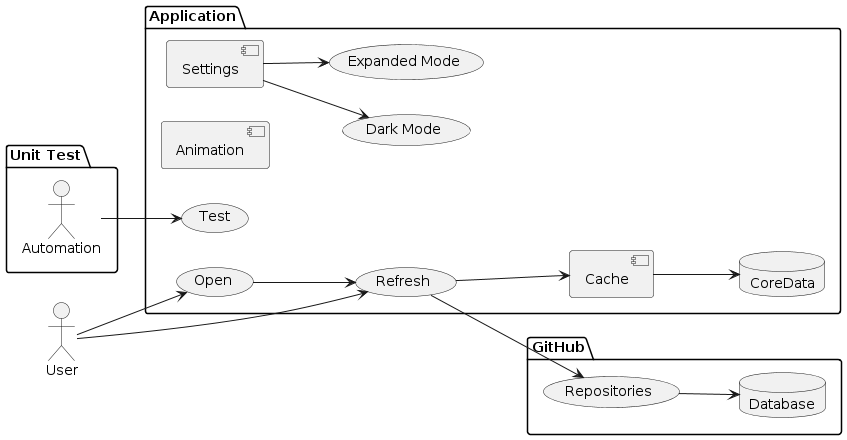
This is assets/UseCase.png from southfox/SwiftUIGitHubClient, a PlantUML export, as it was before one commit.
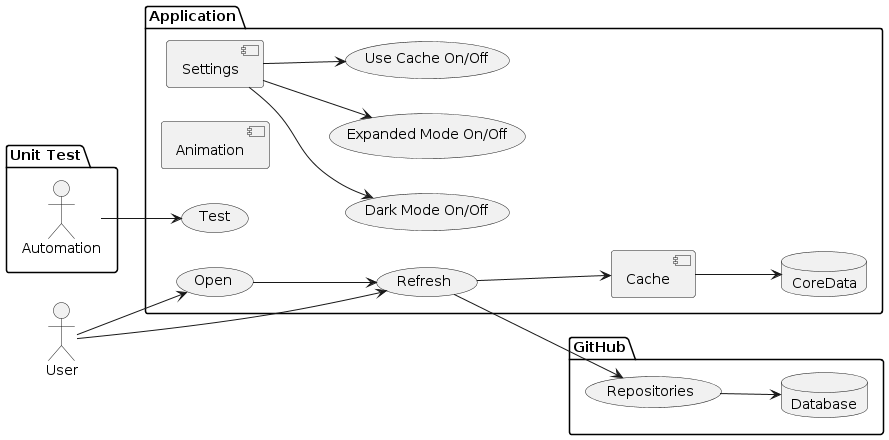
After the change.

Commit message:
Update use case graphic

Diff of the diagram source:
```diff
@@ -12,8 +12,9 @@
   component Cache
   component Animation
   component Settings
-  usecase "Dark Mode" as DM
-  usecase "Expanded Mode" as EM
+  usecase "Dark Mode On/Off" as isDarkMode
+  usecase "Expanded Mode On/Off" as isExpandedMode
+  usecase "Use Cache On/Off" as isCacheMode
 }
 package GitHub {
   usecase "Repositories" as Rep
@@ -28,6 +29,7 @@
 UC2 --> Cache
 Rep --> DB
 Cache --> CD
-Settings --> DM
-Settings --> EM
+Settings --> isDarkMode
+Settings --> isExpandedMode
+Settings --> isCacheMode
 @enduml
```
